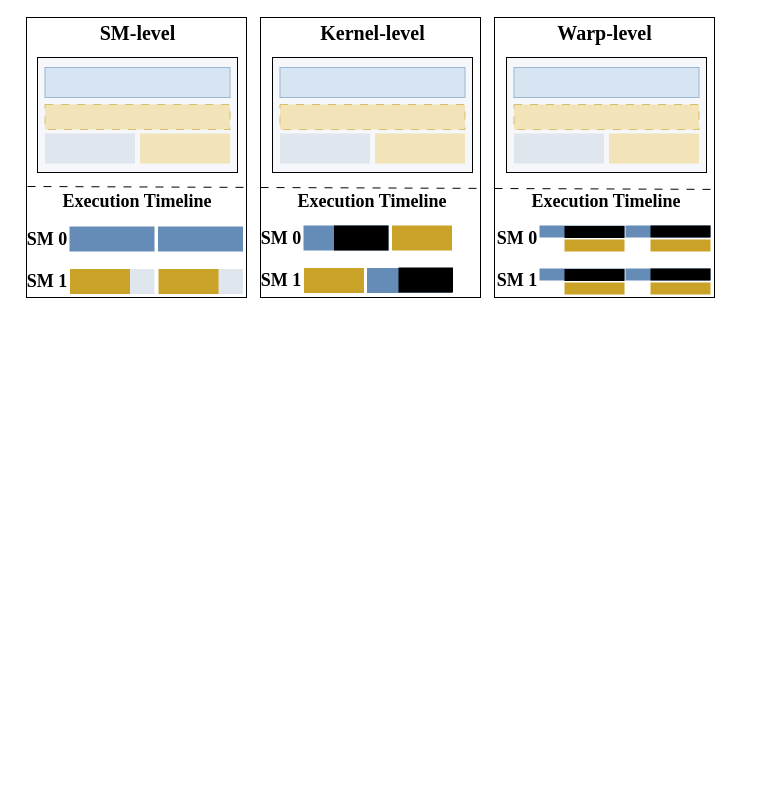
Before: mot_timeline.drawio in icszhr/CHORD, a draw.io diagram. Source tidied: cells renumbered, new cells numbered last; positions are measured from the earlier drawing's top-left corner, leaving out a move shared by most shapes. Both pictures are drawn from the tidied source at 100%, with x=0, y=0 at pixel (17, 17).
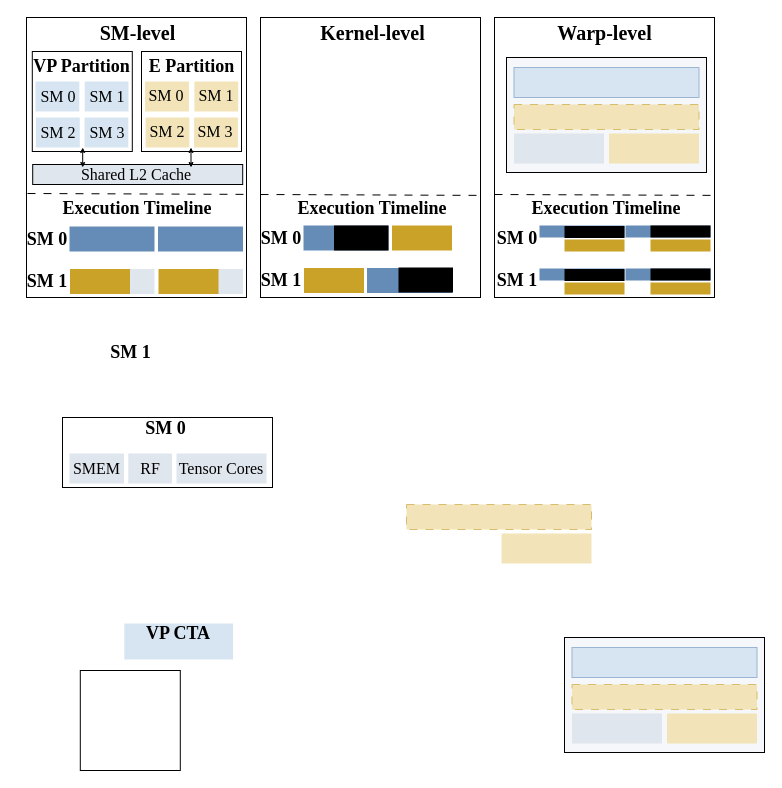
After the change.

Change to the diagram source:
```diff
@@
+    <mxCell id="59" style="rounded=0;whiteSpace=wrap;html=1;fillColor=none;" parent="1" vertex="1">
+      <mxGeometry x="45" y="400" width="210" height="70" as="geometry" />
+    </mxCell>
@@
     <mxCell id="6" value="Execution Timeline" style="text;html=1;whiteSpace=wrap;strokeColor=none;fillColor=none;align=center;verticalAlign=middle;rounded=0;fontFamily=Times New Roman;fontSize=18;fontStyle=1;" parent="1" vertex="1">
-      <mxGeometry x="40" y="169" width="160" height="30" as="geometry" />
+      <mxGeometry x="40" y="176" width="160" height="30" as="geometry" />
     </mxCell>
-    <mxCell id="7" style="rounded=0;whiteSpace=wrap;html=1;fillColor=light-dark(#f5f7fa, #ededed);" parent="1" vertex="1">
-      <mxGeometry x="20" y="40" width="200" height="115" as="geometry" />
+    <mxCell id="7" style="rounded=0;whiteSpace=wrap;html=1;fillColor=none;" parent="1" vertex="1">
+      <mxGeometry x="14.8" y="34" width="100" height="100" as="geometry" />
     </mxCell>
-    <mxCell id="8" style="rounded=0;whiteSpace=wrap;html=1;fillColor=light-dark(#d7e5f2, #ededed);strokeColor=light-dark(#99b5d2, #ededed);" parent="1" vertex="1">
-      <mxGeometry x="27.5" y="50" width="185" height="30" as="geometry" />
+    <mxCell id="8" style="rounded=0;whiteSpace=wrap;html=1;fillColor=light-dark(#d7e5f2, #ededed);strokeColor=none;" parent="1" vertex="1">
+      <mxGeometry x="106.8" y="606" width="108.8" height="36" as="geometry" />
     </mxCell>
     <mxCell id="9" style="rounded=0;whiteSpace=wrap;html=1;dashed=1;dashPattern=8 8;fillColor=light-dark(#f2e4b8, #ededed);strokeColor=light-dark(#d8bd6a, #ededed);" parent="1" vertex="1">
-      <mxGeometry x="27.5" y="87" width="185" height="25" as="geometry" />
+      <mxGeometry x="389" y="487" width="185" height="25" as="geometry" />
     </mxCell>
-    <mxCell id="10" style="rounded=0;whiteSpace=wrap;html=1;fillColor=light-dark(#e0e6ed, #ededed);strokeColor=none;" parent="1" vertex="1">
-      <mxGeometry x="27.5" y="116" width="90" height="30" as="geometry" />
+    <mxCell id="10" value="&lt;font face=&quot;Times New Roman&quot; style=&quot;font-size: 16px;&quot;&gt;Tensor Cores&lt;/font&gt;" style="rounded=0;whiteSpace=wrap;html=1;fillColor=light-dark(#e0e6ed, #ededed);strokeColor=none;" parent="1" vertex="1">
+      <mxGeometry x="159" y="436" width="90" height="30" as="geometry" />
     </mxCell>
     <mxCell id="11" style="rounded=0;whiteSpace=wrap;html=1;strokeColor=none;fillColor=light-dark(#f2e4b8, #ededed);" parent="1" vertex="1">
-      <mxGeometry x="122.5" y="116" width="90" height="30" as="geometry" />
+      <mxGeometry x="484" y="516" width="90" height="30" as="geometry" />
     </mxCell>
@@
     <mxCell id="18" style="endArrow=none;html=1;rounded=0;defaultLabelBackgroundColor=page;entryX=1.018;entryY=0.539;entryDx=0;entryDy=0;entryPerimeter=0;dashed=1;dashPattern=8 8;" parent="1" edge="1">
       <mxGeometry relative="1" as="geometry">
-        <mxPoint x="10" y="169" as="sourcePoint" />
-        <mxPoint x="234" y="169.9" as="targetPoint" />
+        <mxPoint x="10" y="176" as="sourcePoint" />
+        <mxPoint x="234" y="176.9" as="targetPoint" />
       </mxGeometry>
     </mxCell>
@@
     <mxCell id="20" value="Execution Timeline" style="text;html=1;whiteSpace=wrap;strokeColor=none;fillColor=none;align=center;verticalAlign=middle;rounded=0;fontFamily=Times New Roman;fontSize=18;fontStyle=1;" parent="1" vertex="1">
-      <mxGeometry x="275" y="169" width="160" height="30" as="geometry" />
+      <mxGeometry x="275" y="176" width="160" height="30" as="geometry" />
     </mxCell>
     <mxCell id="21" style="rounded=0;whiteSpace=wrap;html=1;fillColor=light-dark(#f5f7fa, #ededed);" parent="1" vertex="1">
-      <mxGeometry x="255" y="40" width="200" height="115" as="geometry" />
+      <mxGeometry x="547" y="620" width="200" height="115" as="geometry" />
     </mxCell>
     <mxCell id="22" style="rounded=0;whiteSpace=wrap;html=1;fillColor=light-dark(#d7e5f2, #ededed);strokeColor=light-dark(#99b5d2, #ededed);" parent="1" vertex="1">
-      <mxGeometry x="262.5" y="50" width="185" height="30" as="geometry" />
+      <mxGeometry x="554.5" y="630" width="185" height="30" as="geometry" />
     </mxCell>
     <mxCell id="23" style="rounded=0;whiteSpace=wrap;html=1;dashed=1;dashPattern=8 8;fillColor=light-dark(#f2e4b8, #ededed);strokeColor=light-dark(#d8bd6a, #ededed);" parent="1" vertex="1">
-      <mxGeometry x="262.5" y="87" width="185" height="25" as="geometry" />
+      <mxGeometry x="554.5" y="667" width="185" height="25" as="geometry" />
     </mxCell>
     <mxCell id="24" style="rounded=0;whiteSpace=wrap;html=1;fillColor=light-dark(#e0e6ed, #ededed);strokeColor=none;" parent="1" vertex="1">
-      <mxGeometry x="262.5" y="116" width="90" height="30" as="geometry" />
+      <mxGeometry x="554.5" y="696" width="90" height="30" as="geometry" />
     </mxCell>
     <mxCell id="25" style="rounded=0;whiteSpace=wrap;html=1;strokeColor=none;fillColor=light-dark(#f2e4b8, #ededed);" parent="1" vertex="1">
-      <mxGeometry x="357.5" y="116" width="90" height="30" as="geometry" />
+      <mxGeometry x="649.5" y="696" width="90" height="30" as="geometry" />
     </mxCell>
@@
     <mxCell id="27" value="Execution Timeline" style="text;html=1;whiteSpace=wrap;strokeColor=none;fillColor=none;align=center;verticalAlign=middle;rounded=0;fontFamily=Times New Roman;fontSize=18;fontStyle=1;" parent="1" vertex="1">
-      <mxGeometry x="509" y="169" width="160" height="30" as="geometry" />
+      <mxGeometry x="509" y="176" width="160" height="30" as="geometry" />
     </mxCell>
@@
     <mxCell id="33" style="endArrow=none;html=1;rounded=0;defaultLabelBackgroundColor=page;entryX=1.018;entryY=0.539;entryDx=0;entryDy=0;entryPerimeter=0;dashed=1;dashPattern=8 8;" parent="1" edge="1">
       <mxGeometry relative="1" as="geometry">
-        <mxPoint x="243" y="170" as="sourcePoint" />
-        <mxPoint x="467" y="170.9" as="targetPoint" />
+        <mxPoint x="243" y="177" as="sourcePoint" />
+        <mxPoint x="467" y="177.9" as="targetPoint" />
       </mxGeometry>
     </mxCell>
     <mxCell id="34" style="endArrow=none;html=1;rounded=0;defaultLabelBackgroundColor=page;entryX=1.018;entryY=0.539;entryDx=0;entryDy=0;entryPerimeter=0;dashed=1;dashPattern=8 8;" parent="1" edge="1">
       <mxGeometry relative="1" as="geometry">
-        <mxPoint x="477" y="171" as="sourcePoint" />
-        <mxPoint x="701" y="171.9" as="targetPoint" />
+        <mxPoint x="477" y="177" as="sourcePoint" />
+        <mxPoint x="701" y="177.9" as="targetPoint" />
       </mxGeometry>
     </mxCell>
@@
+    <mxCell id="60" style="rounded=0;whiteSpace=wrap;html=1;fillColor=none;" parent="1" vertex="1">
+      <mxGeometry x="124" y="34" width="100" height="100" as="geometry" />
+    </mxCell>
+    <mxCell id="61" value="VP Partition" style="text;html=1;whiteSpace=wrap;strokeColor=none;fillColor=none;align=center;verticalAlign=middle;rounded=0;fontFamily=Times New Roman;fontSize=18;fontStyle=1;" parent="1" vertex="1">
+      <mxGeometry x="5.8" y="34" width="116.5" height="30" as="geometry" />
+    </mxCell>
+    <mxCell id="62" value="E Partition" style="text;html=1;whiteSpace=wrap;strokeColor=none;fillColor=none;align=center;verticalAlign=middle;rounded=0;fontFamily=Times New Roman;fontSize=18;fontStyle=1;" parent="1" vertex="1">
+      <mxGeometry x="115.8" y="34" width="116.5" height="30" as="geometry" />
+    </mxCell>
+    <mxCell id="63" style="rounded=0;whiteSpace=wrap;html=1;fillColor=light-dark(#d7e5f2, #ededed);strokeColor=none;" parent="1" vertex="1">
+      <mxGeometry x="18" y="64" width="43.8" height="30" as="geometry" />
+    </mxCell>
+    <mxCell id="64" value="&lt;font style=&quot;font-size: 16px;&quot;&gt;SM 0&lt;/font&gt;" style="text;html=1;whiteSpace=wrap;strokeColor=none;fillColor=none;align=center;verticalAlign=middle;rounded=0;fontStyle=0;fontSize=18;fontFamily=Times New Roman;" parent="1" vertex="1">
+      <mxGeometry x="18.5" y="64" width="43.8" height="30" as="geometry" />
+    </mxCell>
+    <mxCell id="65" style="rounded=0;whiteSpace=wrap;html=1;fillColor=light-dark(#d7e5f2, #ededed);strokeColor=none;" parent="1" vertex="1">
+      <mxGeometry x="67.2" y="64" width="43.8" height="30" as="geometry" />
+    </mxCell>
+    <mxCell id="66" value="&lt;font style=&quot;font-size: 16px;&quot;&gt;SM 1&lt;/font&gt;" style="text;html=1;whiteSpace=wrap;strokeColor=none;fillColor=none;align=center;verticalAlign=middle;rounded=0;fontStyle=0;fontSize=18;fontFamily=Times New Roman;" parent="1" vertex="1">
+      <mxGeometry x="67.8" y="64" width="43.8" height="30" as="geometry" />
+    </mxCell>
+    <mxCell id="67" style="rounded=0;whiteSpace=wrap;html=1;fillColor=light-dark(#d7e5f2, #ededed);strokeColor=none;" parent="1" vertex="1">
+      <mxGeometry x="18.5" y="100" width="43.8" height="30" as="geometry" />
+    </mxCell>
+    <mxCell id="68" value="&lt;font style=&quot;font-size: 16px;&quot;&gt;SM 2&lt;/font&gt;" style="text;html=1;whiteSpace=wrap;strokeColor=none;fillColor=none;align=center;verticalAlign=middle;rounded=0;fontStyle=0;fontSize=18;fontFamily=Times New Roman;" parent="1" vertex="1">
+      <mxGeometry x="19" y="100" width="43.8" height="30" as="geometry" />
+    </mxCell>
+    <mxCell id="69" style="rounded=0;whiteSpace=wrap;html=1;fillColor=light-dark(#d7e5f2, #ededed);strokeColor=none;" parent="1" vertex="1">
+      <mxGeometry x="67" y="100" width="43.8" height="30" as="geometry" />
+    </mxCell>
+    <mxCell id="70" value="&lt;font style=&quot;font-size: 16px;&quot;&gt;SM 3&lt;/font&gt;" style="text;html=1;whiteSpace=wrap;strokeColor=none;fillColor=none;align=center;verticalAlign=middle;rounded=0;fontStyle=0;fontSize=18;fontFamily=Times New Roman;" parent="1" vertex="1">
+      <mxGeometry x="67.5" y="100" width="43.8" height="30" as="geometry" />
+    </mxCell>
+    <mxCell id="71" style="rounded=0;whiteSpace=wrap;html=1;fillColor=light-dark(#f2e4b8, #ededed);strokeColor=none;" parent="1" vertex="1">
+      <mxGeometry x="127.6" y="64" width="43.8" height="30" as="geometry" />
+    </mxCell>
+    <mxCell id="72" value="&lt;font style=&quot;font-size: 16px;&quot;&gt;SM 0&lt;/font&gt;" style="text;html=1;whiteSpace=wrap;strokeColor=none;fillColor=none;align=center;verticalAlign=middle;rounded=0;fontStyle=0;fontSize=18;fontFamily=Times New Roman;" parent="1" vertex="1">
+      <mxGeometry x="127.4" y="63" width="43.8" height="30" as="geometry" />
+    </mxCell>
+    <mxCell id="73" style="rounded=0;whiteSpace=wrap;html=1;fillColor=light-dark(#f2e4b8, #ededed);strokeColor=none;" parent="1" vertex="1">
+      <mxGeometry x="176.9" y="64" width="43.8" height="30" as="geometry" />
+    </mxCell>
+    <mxCell id="74" value="&lt;font style=&quot;font-size: 16px;&quot;&gt;SM 1&lt;/font&gt;" style="text;html=1;whiteSpace=wrap;strokeColor=none;fillColor=none;align=center;verticalAlign=middle;rounded=0;fontStyle=0;fontSize=18;fontFamily=Times New Roman;" parent="1" vertex="1">
+      <mxGeometry x="176.6" y="63" width="43.8" height="30" as="geometry" />
+    </mxCell>
+    <mxCell id="75" style="rounded=0;whiteSpace=wrap;html=1;fillColor=light-dark(#f2e4b8, #ededed);strokeColor=none;" parent="1" vertex="1">
+      <mxGeometry x="128.1" y="100" width="43.8" height="30" as="geometry" />
+    </mxCell>
+    <mxCell id="76" value="&lt;font style=&quot;font-size: 16px;&quot;&gt;SM 2&lt;/font&gt;" style="text;html=1;whiteSpace=wrap;strokeColor=none;fillColor=none;align=center;verticalAlign=middle;rounded=0;fontStyle=0;fontSize=18;fontFamily=Times New Roman;" parent="1" vertex="1">
+      <mxGeometry x="127.9" y="99" width="43.8" height="30" as="geometry" />
+    </mxCell>
+    <mxCell id="77" style="rounded=0;whiteSpace=wrap;html=1;fillColor=light-dark(#f2e4b8, #ededed);strokeColor=none;" parent="1" vertex="1">
+      <mxGeometry x="176.6" y="100" width="43.8" height="30" as="geometry" />
+    </mxCell>
+    <mxCell id="78" value="&lt;font style=&quot;font-size: 16px;&quot;&gt;SM 3&lt;/font&gt;" style="text;html=1;whiteSpace=wrap;strokeColor=none;fillColor=none;align=center;verticalAlign=middle;rounded=0;fontStyle=0;fontSize=18;fontFamily=Times New Roman;" parent="1" vertex="1">
+      <mxGeometry x="176.4" y="99" width="43.8" height="30" as="geometry" />
+    </mxCell>
+    <mxCell id="79" style="rounded=0;whiteSpace=wrap;html=1;fillColor=light-dark(#e0e6ed, #ededed);" parent="1" vertex="1">
+      <mxGeometry x="15.2" y="147" width="210" height="20" as="geometry" />
+    </mxCell>
+    <mxCell id="80" value="&lt;font style=&quot;font-size: 16px;&quot;&gt;Shared L2 Cache&lt;/font&gt;" style="text;html=1;whiteSpace=wrap;strokeColor=none;fillColor=none;align=center;verticalAlign=middle;rounded=0;fontStyle=0;fontSize=18;fontFamily=Times New Roman;" parent="1" vertex="1">
+      <mxGeometry x="51.2" y="144" width="135.5" height="25" as="geometry" />
+    </mxCell>
+    <mxCell id="81" style="endArrow=classic;startArrow=classic;html=1;rounded=0;defaultLabelBackgroundColor=page;endSize=3;startSize=3;" parent="1" edge="1">
+      <mxGeometry relative="1" as="geometry">
+        <mxPoint x="65.2" y="150" as="sourcePoint" />
+        <mxPoint x="65.2" y="130" as="targetPoint" />
+      </mxGeometry>
+    </mxCell>
+    <mxCell id="82" style="endArrow=classic;startArrow=classic;html=1;rounded=0;defaultLabelBackgroundColor=page;endSize=3;startSize=3;" parent="1" edge="1">
+      <mxGeometry relative="1" as="geometry">
+        <mxPoint x="173.5" y="150" as="sourcePoint" />
+        <mxPoint x="173.5" y="130" as="targetPoint" />
+      </mxGeometry>
+    </mxCell>
+    <mxCell id="83" style="rounded=0;whiteSpace=wrap;html=1;fillColor=none;" parent="1" vertex="1">
+      <mxGeometry x="62.8" y="653" width="100" height="100" as="geometry" />
+    </mxCell>
+    <mxCell id="84" value="SM 0" style="text;html=1;whiteSpace=wrap;strokeColor=none;fillColor=none;align=center;verticalAlign=middle;rounded=0;fontFamily=Times New Roman;fontSize=18;fontStyle=1;" parent="1" vertex="1">
+      <mxGeometry x="89.6" y="396" width="116.5" height="30" as="geometry" />
+    </mxCell>
+    <mxCell id="85" value="SM 1" style="text;html=1;whiteSpace=wrap;strokeColor=none;fillColor=none;align=center;verticalAlign=middle;rounded=0;fontFamily=Times New Roman;fontSize=18;fontStyle=1;" parent="1" vertex="1">
+      <mxGeometry x="55.4" y="320" width="116.5" height="30" as="geometry" />
+    </mxCell>
+    <mxCell id="86" value="VP CTA" style="text;html=1;whiteSpace=wrap;strokeColor=none;fillColor=none;align=center;verticalAlign=middle;rounded=0;fontFamily=Times New Roman;fontSize=18;fontStyle=1;" parent="1" vertex="1">
+      <mxGeometry x="116.1" y="606" width="90" height="20" as="geometry" />
+    </mxCell>
+    <mxCell id="87" value="&lt;font face=&quot;Times New Roman&quot; style=&quot;font-size: 16px;&quot;&gt;SMEM&lt;/font&gt;" style="rounded=0;whiteSpace=wrap;html=1;fillColor=light-dark(#e0e6ed, #ededed);strokeColor=none;" parent="1" vertex="1">
+      <mxGeometry x="52" y="436" width="54.5" height="30" as="geometry" />
+    </mxCell>
+    <mxCell id="88" value="&lt;font face=&quot;Times New Roman&quot;&gt;&lt;span style=&quot;font-size: 16px;&quot;&gt;RF&lt;/span&gt;&lt;/font&gt;" style="rounded=0;whiteSpace=wrap;html=1;fillColor=light-dark(#e0e6ed, #ededed);strokeColor=none;" parent="1" vertex="1">
+      <mxGeometry x="110.8" y="436" width="43.8" height="30" as="geometry" />
+    </mxCell>
```
